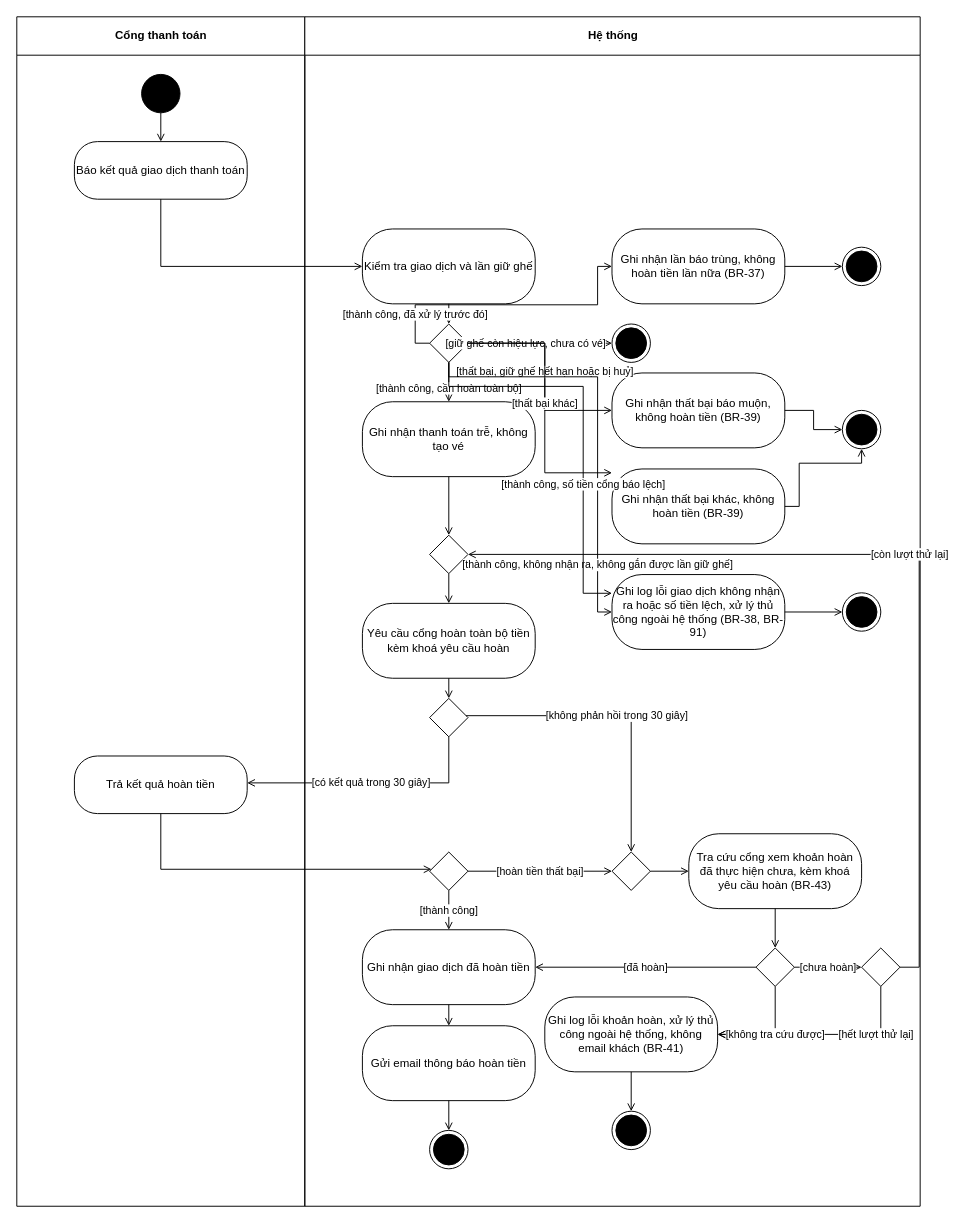
Above: design/diagrams/P04-activity-UC-006.drawio in luytbq/app-dat-ve-xem-phim (draw.io), before the change. Source tidied: cells renumbered, new cells numbered last; positions are measured from the earlier drawing's top-left corner, leaving out a move shared by most shapes. Both pictures are drawn from the tidied source at 96%, with x=0, y=0 at pixel (16, 16).
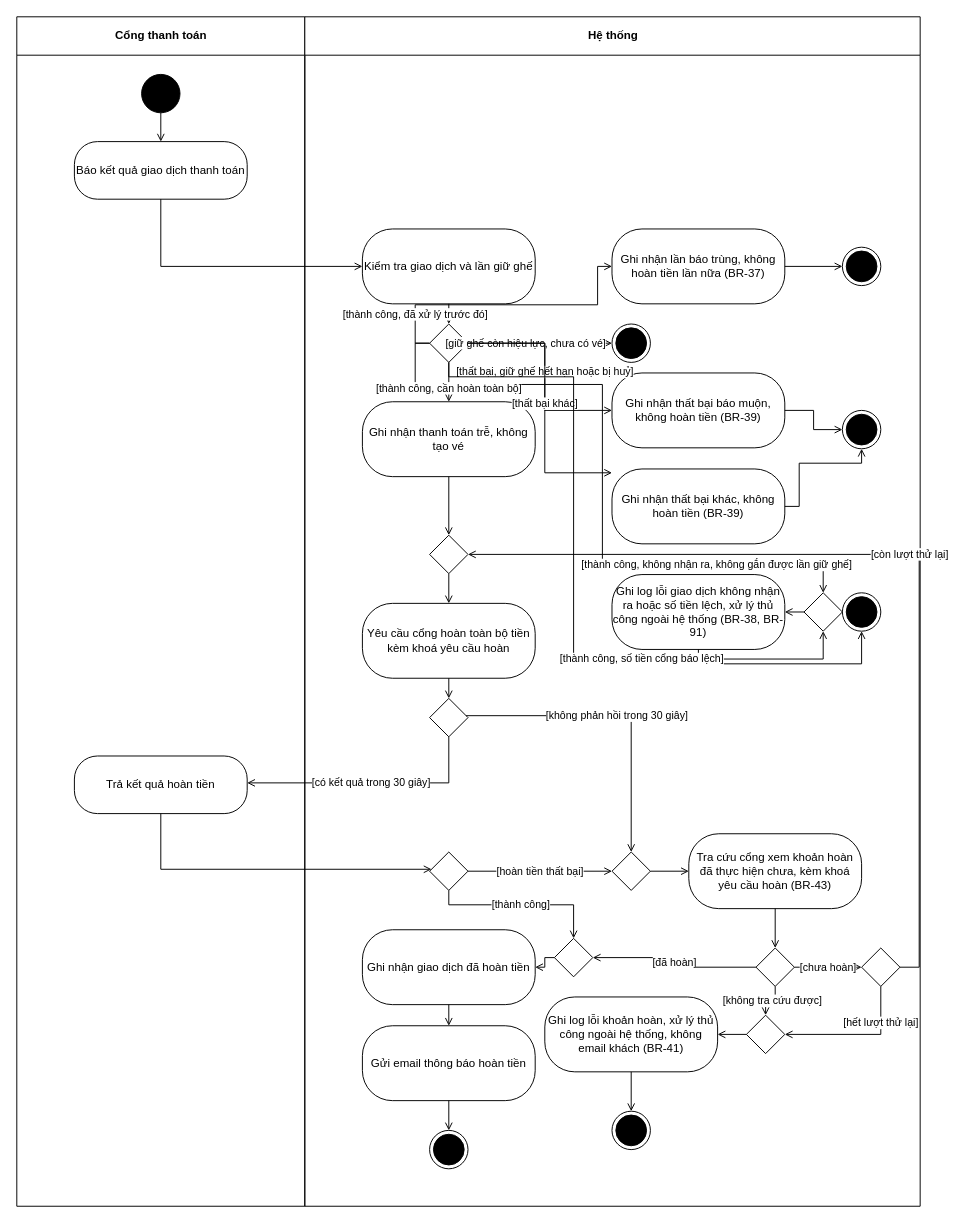
The same page after the edit.

Unchanged cells that the change refers to:
```xml
<mxCell id="3" value="Hệ thống" style="swimlane;html=1;startSize=40;" parent="1" vertex="1">
  <mxGeometry x="300" width="641" height="1239" as="geometry" />
</mxCell>
<mxCell id="7" style="rhombus;html=1;" parent="3" vertex="1">
  <mxGeometry x="130" y="320" width="40" height="40" as="geometry" />
</mxCell>
<mxCell id="14" value="Ghi log lỗi giao dịch không nhận ra hoặc số tiền lệch, xử lý thủ công ngoài hệ thống (BR-38, BR-91)" style="rounded=1;whiteSpace=wrap;html=1;arcSize=40;" parent="3" vertex="1">
  <mxGeometry x="320" y="581" width="180" height="78" as="geometry" />
</mxCell>
<mxCell id="15" style="ellipse;shape=endState;html=1;fillColor=#000000;" parent="3" vertex="1">
  <mxGeometry x="560" y="600" width="40" height="40" as="geometry" />
</mxCell>
<mxCell id="21" style="rhombus;html=1;" parent="3" vertex="1">
  <mxGeometry x="130" y="870" width="40" height="40" as="geometry" />
</mxCell>
<mxCell id="23" style="rhombus;html=1;" parent="3" vertex="1">
  <mxGeometry x="580" y="970" width="40" height="40" as="geometry" />
</mxCell>
<mxCell id="24" value="Ghi log lỗi khoản hoàn, xử lý thủ công ngoài hệ thống, không email khách (BR-41)" style="rounded=1;whiteSpace=wrap;html=1;arcSize=40;" parent="3" vertex="1">
  <mxGeometry x="250" y="1021" width="180" height="78" as="geometry" />
</mxCell>
<mxCell id="26" value="Ghi nhận giao dịch đã hoàn tiền" style="rounded=1;whiteSpace=wrap;html=1;arcSize=40;" parent="3" vertex="1">
  <mxGeometry x="60" y="951" width="180" height="78" as="geometry" />
</mxCell>
<mxCell id="54" style="rhombus;html=1;" parent="3" vertex="1">
  <mxGeometry x="470" y="970" width="40" height="40" as="geometry" />
</mxCell>
```

Diff of the diagram source:
```diff
@@
-    <mxCell id="36" value="[thành công, không nhận ra, không gắn được lần giữ ghế]" style="edgeStyle=orthogonalEdgeStyle;rounded=0;html=1;endArrow=open;endFill=0;exitX=0.5;exitY=1;exitDx=0;exitDy=0;entryX=0;entryY=0.5;entryDx=0;entryDy=0;" parent="1" edge="1" source="7" target="14">
-      <mxGeometry x="0.7" relative="1" as="geometry">
+    <mxCell id="36" value="[thành công, không nhận ra, không gắn được lần giữ ghế]" style="edgeStyle=orthogonalEdgeStyle;rounded=0;html=1;endArrow=open;endFill=0;exitX=0;exitY=0.5;exitDx=0;exitDy=0;entryX=0.5;entryY=0;entryDx=0;entryDy=0;" parent="1" edge="1" source="7" target="63">
+      <mxGeometry x="0.6" relative="1" as="geometry">
         <Array as="points">
-          <mxPoint x="450" y="375" />
-          <mxPoint x="605" y="375" />
-          <mxPoint x="605" y="620" />
+          <mxPoint x="415" y="340" />
+          <mxPoint x="415" y="383" />
+          <mxPoint x="610" y="383" />
+          <mxPoint x="610" y="571" />
+          <mxPoint x="840" y="571" />
         </Array>
       </mxGeometry>
     </mxCell>
@@
-    <mxCell id="41" style="edgeStyle=orthogonalEdgeStyle;rounded=0;html=1;endArrow=open;endFill=0;" parent="1" edge="1" source="14" target="15">
-      <mxGeometry relative="1" as="geometry" />
+    <mxCell id="41" style="edgeStyle=orthogonalEdgeStyle;rounded=0;html=1;endArrow=open;endFill=0;exitX=0.5;exitY=1;exitDx=0;exitDy=0;entryX=0.5;entryY=1;entryDx=0;entryDy=0;" parent="1" edge="1" source="14" target="15">
+      <mxGeometry relative="1" as="geometry">
+        <Array as="points">
+          <mxPoint x="710" y="674" />
+          <mxPoint x="880" y="674" />
+        </Array>
+      </mxGeometry>
     </mxCell>
@@
-    <mxCell id="49" value="[thành công]" style="edgeStyle=orthogonalEdgeStyle;rounded=0;html=1;endArrow=open;endFill=0;" parent="1" edge="1" source="21" target="26">
-      <mxGeometry relative="1" as="geometry" />
+    <mxCell id="49" value="[thành công]" style="edgeStyle=orthogonalEdgeStyle;rounded=0;html=1;endArrow=open;endFill=0;exitX=0.5;exitY=1;exitDx=0;exitDy=0;entryX=0.5;entryY=0;entryDx=0;entryDy=0;" parent="1" edge="1" source="21" target="64">
+      <mxGeometry relative="1" as="geometry">
+        <Array as="points">
+          <mxPoint x="450" y="925" />
+          <mxPoint x="580" y="925" />
+        </Array>
+      </mxGeometry>
     </mxCell>
@@
-    <mxCell id="57" value="[hết lượt thử lại]" style="edgeStyle=orthogonalEdgeStyle;rounded=0;html=1;endArrow=open;endFill=0;exitX=0.5;exitY=1;exitDx=0;exitDy=0;entryX=1;entryY=0.5;entryDx=0;entryDy=0;" parent="1" edge="1" source="23" target="24">
+    <mxCell id="57" value="[hết lượt thử lại]" style="edgeStyle=orthogonalEdgeStyle;rounded=0;html=1;endArrow=open;endFill=0;exitX=0.5;exitY=1;exitDx=0;exitDy=0;entryX=1;entryY=0.5;entryDx=0;entryDy=0;" parent="1" edge="1" source="23" target="65">
       <mxGeometry x="-0.5" relative="1" as="geometry">
         <Array as="points">
           <mxPoint x="900" y="1060" />
         </Array>
       </mxGeometry>
     </mxCell>
-    <mxCell id="58" value="[thành công, số tiền cổng báo lệch]" style="edgeStyle=orthogonalEdgeStyle;rounded=0;html=1;endArrow=open;endFill=0;exitX=0.5;exitY=1;exitDx=0;exitDy=0;entryX=0;entryY=0.25;entryDx=0;entryDy=0;" parent="1" edge="1" source="7" target="14">
-      <mxGeometry x="0.3" relative="1" as="geometry">
+    <mxCell id="58" value="[thành công, số tiền cổng báo lệch]" style="edgeStyle=orthogonalEdgeStyle;rounded=0;html=1;endArrow=open;endFill=0;exitX=0.5;exitY=1;exitDx=0;exitDy=0;entryX=0.5;entryY=1;entryDx=0;entryDy=0;" parent="1" edge="1" source="7" target="63">
+      <mxGeometry x="0.4" relative="1" as="geometry">
         <Array as="points">
-          <mxPoint x="450" y="385" />
-          <mxPoint x="590" y="385" />
-          <mxPoint x="590" y="600" />
+          <mxPoint x="450" y="375" />
+          <mxPoint x="580" y="375" />
+          <mxPoint x="580" y="669" />
+          <mxPoint x="840" y="669" />
         </Array>
       </mxGeometry>
     </mxCell>
@@
-    <mxCell id="61" value="[đã hoàn]" style="edgeStyle=orthogonalEdgeStyle;rounded=0;html=1;endArrow=open;endFill=0;" parent="1" edge="1" source="54" target="26">
+    <mxCell id="61" value="[đã hoàn]" style="edgeStyle=orthogonalEdgeStyle;rounded=0;html=1;endArrow=open;endFill=0;" parent="1" edge="1" source="54" target="64">
       <mxGeometry relative="1" as="geometry" />
     </mxCell>
-    <mxCell id="62" value="[không tra cứu được]" style="edgeStyle=orthogonalEdgeStyle;rounded=0;html=1;endArrow=open;endFill=0;exitX=0.5;exitY=1;exitDx=0;exitDy=0;entryX=1;entryY=0.5;entryDx=0;entryDy=0;" parent="1" edge="1" source="54" target="24">
+    <mxCell id="62" value="[không tra cứu được]" style="edgeStyle=orthogonalEdgeStyle;rounded=0;html=1;endArrow=open;endFill=0;exitX=0.5;exitY=1;exitDx=0;exitDy=0;entryX=0.5;entryY=0;entryDx=0;entryDy=0;" parent="1" edge="1" source="54" target="65">
       <mxGeometry x="-0.1" relative="1" as="geometry">
         <Array as="points">
-          <mxPoint x="790" y="1060" />
+          <mxPoint x="790" y="1025" />
+          <mxPoint x="780" y="1025" />
         </Array>
       </mxGeometry>
     </mxCell>
+    <mxCell id="63" style="rhombus;html=1;" parent="3" vertex="1">
+      <mxGeometry x="520" y="600" width="40" height="40" as="geometry" />
+    </mxCell>
+    <mxCell id="64" style="rhombus;html=1;" parent="3" vertex="1">
+      <mxGeometry x="260" y="960" width="40" height="40" as="geometry" />
+    </mxCell>
+    <mxCell id="65" style="rhombus;html=1;" parent="3" vertex="1">
+      <mxGeometry x="460" y="1040" width="40" height="40" as="geometry" />
+    </mxCell>
+    <mxCell id="66" style="edgeStyle=orthogonalEdgeStyle;rounded=0;html=1;endArrow=open;endFill=0;" parent="1" edge="1" source="63" target="14">
+      <mxGeometry relative="1" as="geometry" />
+    </mxCell>
+    <mxCell id="67" style="edgeStyle=orthogonalEdgeStyle;rounded=0;html=1;endArrow=open;endFill=0;" parent="1" edge="1" source="64" target="26">
+      <mxGeometry relative="1" as="geometry" />
+    </mxCell>
+    <mxCell id="68" style="edgeStyle=orthogonalEdgeStyle;rounded=0;html=1;endArrow=open;endFill=0;" parent="1" edge="1" source="65" target="24">
+      <mxGeometry relative="1" as="geometry" />
+    </mxCell>
```
